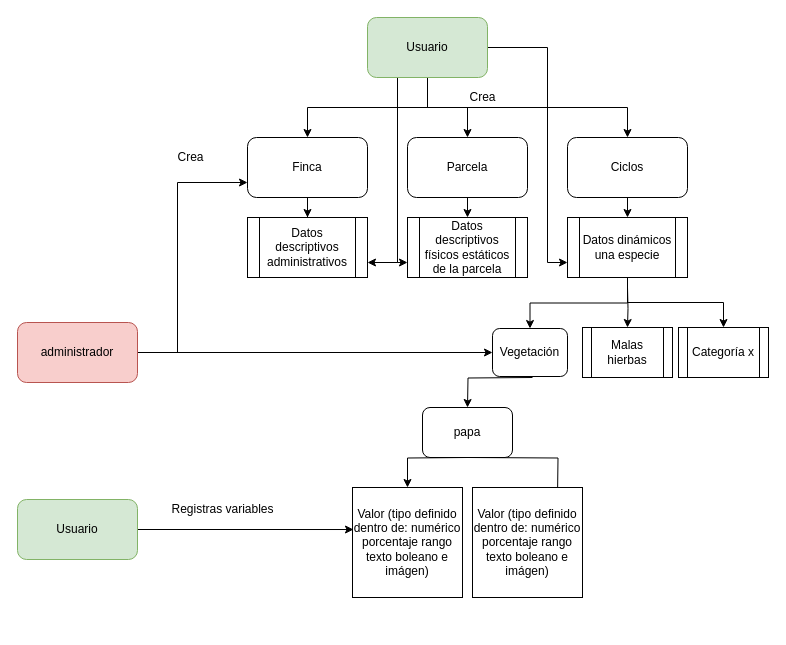
This is Untitled Diagram.drawio from stdupas/app.agromaker, a draw.io file, before an edit. Source tidied: cells renumbered, new cells numbered last; positions are measured from the earlier drawing's top-left corner, leaving out a move shared by most shapes. Both pictures are drawn from the tidied source at 100%, with x=0, y=0 at pixel (17, 17).
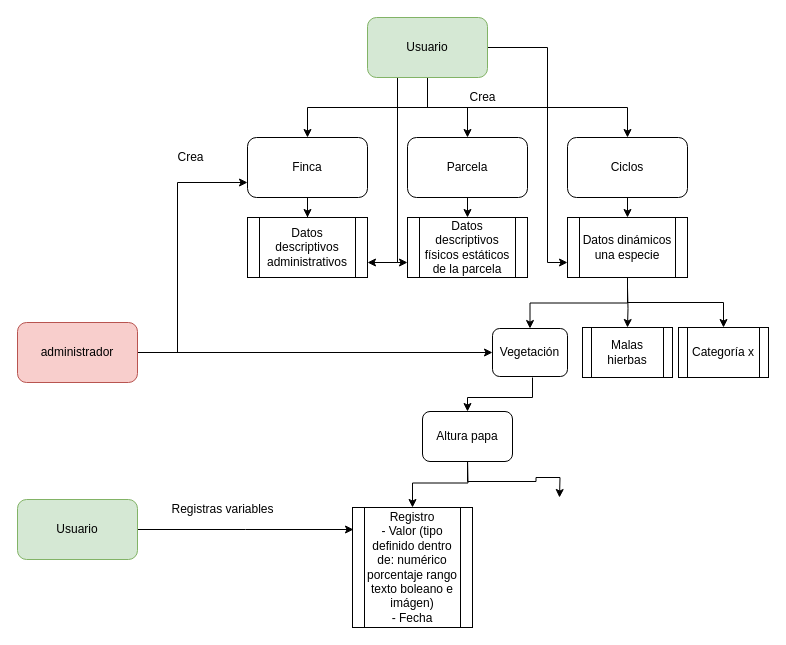
The same diagram, later.

Unchanged cells that the change refers to:
```xml
<mxCell id="33" value="Usuario" style="rounded=1;whiteSpace=wrap;html=1;fillColor=#d5e8d4;strokeColor=#82b366;" parent="1" vertex="1">
  <mxGeometry y="482" width="120" height="60" as="geometry" />
</mxCell>
```

What changed in the source:
```diff
@@
-    <mxCell id="13" style="edgeStyle=orthogonalEdgeStyle;rounded=0;orthogonalLoop=1;jettySize=auto;html=1;exitX=0.5;exitY=1;exitDx=0;exitDy=0;" parent="1" edge="1">
+    <mxCell id="13" style="edgeStyle=orthogonalEdgeStyle;rounded=0;jettySize=auto;html=1;entryX=0.5;entryY=0;entryDx=0;entryDy=0;" parent="1" edge="1" target="37">
       <mxGeometry relative="1" as="geometry">
         <mxPoint x="515" y="360" as="sourcePoint" />
-        <mxPoint x="450" y="390" as="targetPoint" />
+        <Array as="points">
+          <mxPoint x="515" y="380" />
+          <mxPoint x="450" y="380" />
+        </Array>
       </mxGeometry>
     </mxCell>
@@
-    <mxCell id="16" style="edgeStyle=orthogonalEdgeStyle;rounded=0;jettySize=auto;html=1;exitX=0.5;exitY=1;exitDx=0;exitDy=0;entryX=0.5;entryY=0;entryDx=0;entryDy=0;" parent="1" edge="1" target="18">
+    <mxCell id="16" style="edgeStyle=orthogonalEdgeStyle;rounded=0;jettySize=auto;html=1;exitX=0.5;exitY=1;exitDx=0;exitDy=0;entryX=0.5;entryY=0;entryDx=0;entryDy=0;" parent="1" edge="1" target="38">
       <mxGeometry relative="1" as="geometry">
         <mxPoint x="450" y="440" as="sourcePoint" />
       </mxGeometry>
     </mxCell>
-    <mxCell id="17" style="edgeStyle=orthogonalEdgeStyle;rounded=0;orthogonalLoop=1;jettySize=auto;html=1;exitX=0.5;exitY=1;exitDx=0;exitDy=0;" parent="1" edge="1">
+    <mxCell id="17" style="edgeStyle=orthogonalEdgeStyle;rounded=0;jettySize=auto;html=1;exitX=0.5;exitY=1;exitDx=0;exitDy=0;entryX=0.5;entryY=0;entryDx=0;entryDy=0;" parent="1" edge="1" source="37">
       <mxGeometry relative="1" as="geometry">
-        <mxPoint x="450" y="440" as="sourcePoint" />
-        <mxPoint x="540" y="480" as="targetPoint" />
+        <mxPoint x="542" y="480" as="targetPoint" />
       </mxGeometry>
     </mxCell>
-    <mxCell id="18" value="Valor (tipo definido dentro de: numérico porcentaje rango texto boleano e imágen)" style="whiteSpace=wrap;html=1;" parent="1" vertex="1">
-      <mxGeometry x="335" y="470" width="110" height="110" as="geometry" />
-    </mxCell>
@@
-    <mxCell id="20" value="Valor (tipo definido dentro de: numérico porcentaje rango texto boleano e imágen)" style="whiteSpace=wrap;html=1;" parent="1" vertex="1">
-      <mxGeometry x="455" y="470" width="110" height="110" as="geometry" />
-    </mxCell>
@@
-    <mxCell id="32" style="edgeStyle=orthogonalEdgeStyle;rounded=0;jettySize=auto;html=1;exitX=1;exitY=0.5;exitDx=0;exitDy=0;entryX=0.009;entryY=0.382;entryDx=0;entryDy=0;entryPerimeter=0;" parent="1" edge="1" source="33" target="18">
-      <mxGeometry relative="1" as="geometry" />
+    <mxCell id="32" style="edgeStyle=orthogonalEdgeStyle;rounded=0;jettySize=auto;html=1;exitX=1;exitY=0.5;exitDx=0;exitDy=0;entryX=0.009;entryY=0.382;entryDx=0;entryDy=0;entryPerimeter=0;" parent="1" edge="1" source="33">
+      <mxGeometry relative="1" as="geometry">
+        <mxPoint x="336" y="512" as="targetPoint" />
+      </mxGeometry>
     </mxCell>
@@
-    <mxCell id="37" value="papa" style="rounded=1;whiteSpace=wrap;html=1;" parent="1" vertex="1">
-      <mxGeometry x="405" y="390" width="90" height="50" as="geometry" />
+    <mxCell id="37" value="Altura papa" style="rounded=1;whiteSpace=wrap;html=1;" parent="1" vertex="1">
+      <mxGeometry x="405" y="394" width="90" height="50" as="geometry" />
     </mxCell>
+    <mxCell id="38" value="&lt;div&gt;Registro&lt;br&gt;&lt;/div&gt;&lt;div&gt;- Valor (tipo definido dentro de: numérico porcentaje rango texto boleano e imágen)&lt;/div&gt;&lt;div&gt;- Fecha&lt;br&gt;&lt;/div&gt;" style="shape=process;whiteSpace=wrap;html=1;backgroundOutline=1;" parent="1" vertex="1">
+      <mxGeometry x="335" y="490" width="120" height="120" as="geometry" />
+    </mxCell>
```
